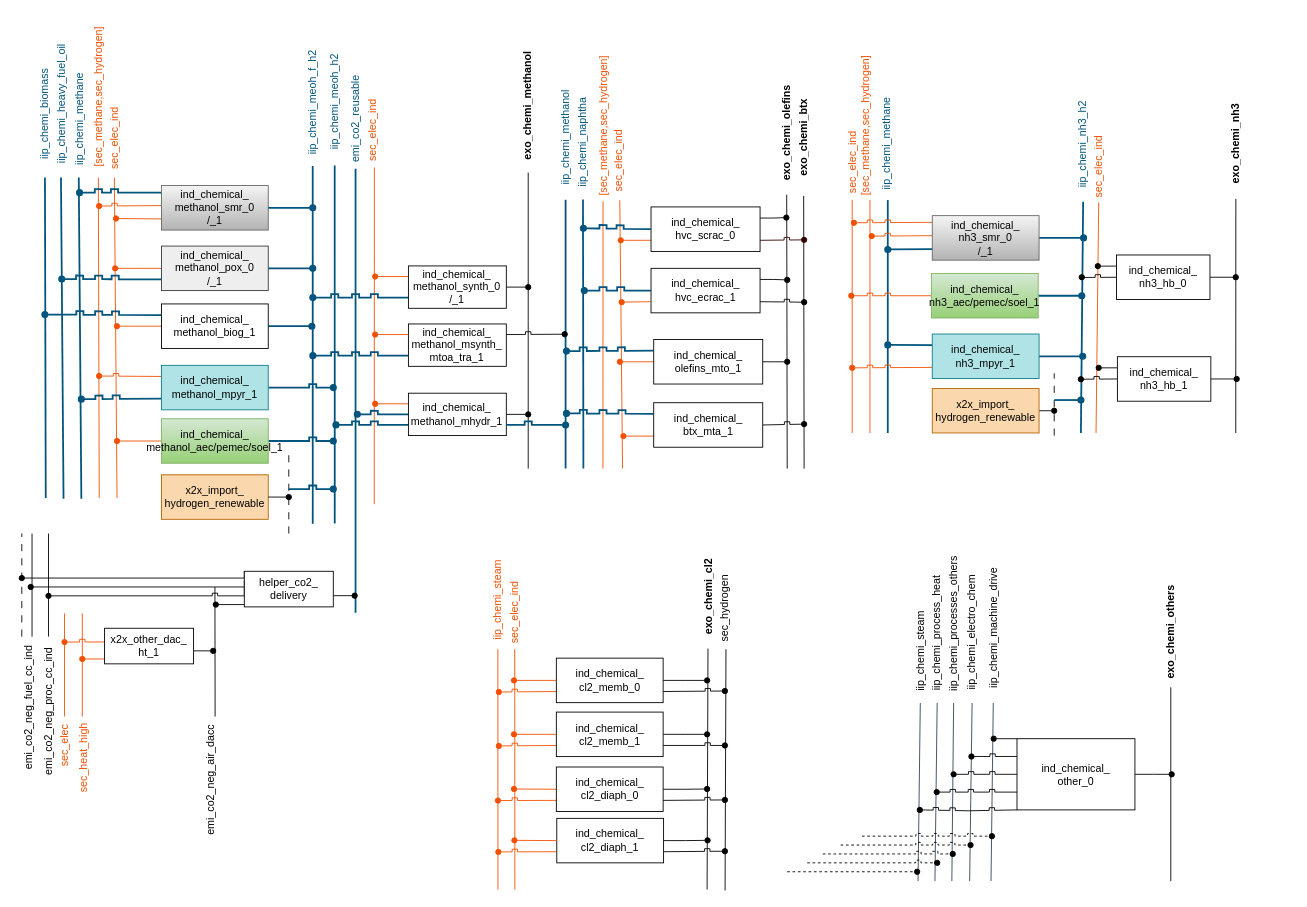
Before: page "Copy of Chemi_SEDOS" (4 of 19) of TAM_Industry_RES.drawio in anik-ier/TAM_Industry_RES, a draw.io diagram. Source tidied: cells renumbered, new cells numbered last; positions are measured from the earlier drawing's top-left corner, leaving out a move shared by most shapes. Both pictures are drawn from the tidied source at 89%, with x=0, y=0 at pixel (-32, 23).
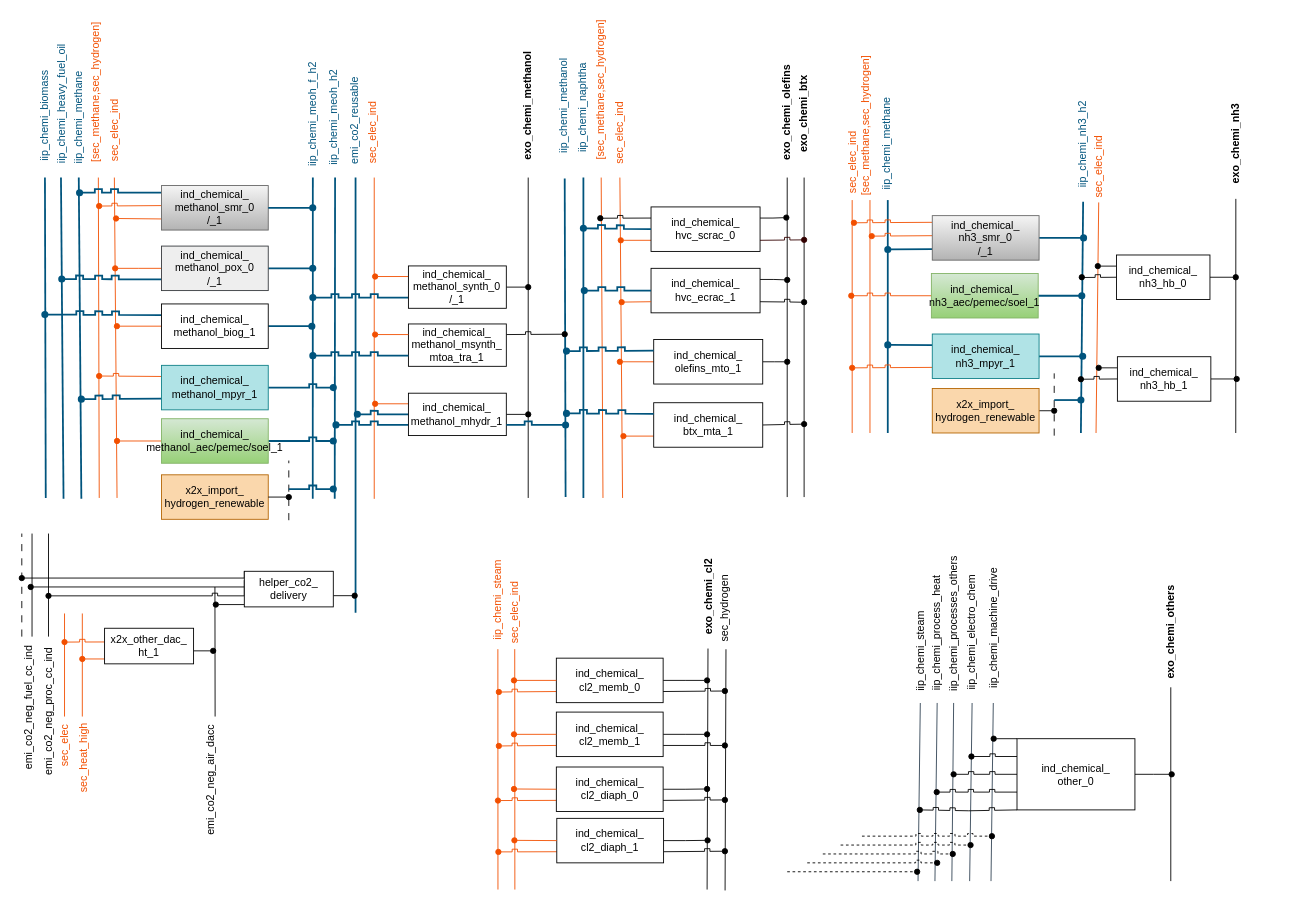
Above is the later version.

Unchanged cells that the change refers to:
```xml
<mxCell id="5" value="&lt;div&gt;ind_chemical_&lt;/div&gt;&lt;div&gt;hvc_scrac_0&lt;/div&gt;" style="rounded=0;whiteSpace=wrap;html=1;" parent="1" vertex="1">
  <mxGeometry x="767" y="206" width="122.5" height="50" as="geometry" />
</mxCell>
<mxCell id="27" style="group;" parent="1" vertex="1">
  <mxGeometry x="657" y="190" width="149" height="320" as="geometry" />
</mxCell>
<mxCell id="95" style="group;" parent="94" vertex="1">
  <mxGeometry width="385.1" height="243" as="geometry" />
</mxCell>
<mxCell id="145" style="group;" parent="139" vertex="1">
  <mxGeometry y="-143" width="256.4" height="337.6" as="geometry" />
</mxCell>
<mxCell id="155" value="exo_chemi_methanol" style="text;html=1;align=center;verticalAlign=middle;whiteSpace=wrap;rounded=0;rotation=270;fontStyle=1;" parent="1" vertex="1">
  <mxGeometry x="554" y="80" width="150" height="24.8" as="geometry" />
</mxCell>
```

The edit, as a diff of the source:
```diff
@@
-    <mxCell id="2" style="edgeStyle=orthogonalEdgeStyle;rounded=0;jettySize=auto;html=1;exitX=0;exitY=0.5;exitDx=0;exitDy=0;endArrow=none;endFill=0;" parent="1" edge="1" source="155">
+    <mxCell id="2" style="edgeStyle=orthogonalEdgeStyle;rounded=0;orthogonalLoop=1;jettySize=auto;html=1;endArrow=none;endFill=0;" parent="1" edge="1">
       <mxGeometry relative="1" as="geometry">
-        <mxPoint x="629" y="500" as="targetPoint" />
+        <mxPoint x="629" y="173" as="sourcePoint" />
+        <mxPoint x="629" y="533" as="targetPoint" />
       </mxGeometry>
     </mxCell>
@@
     <mxCell id="6" value="iip_chemi_naphtha" style="text;html=1;strokeColor=none;fillColor=none;align=center;verticalAlign=middle;whiteSpace=wrap;rounded=0;rotation=270;fontColor=#00547D;" parent="1" vertex="1">
-      <mxGeometry x="626.8" y="118.8" width="127.5" height="30" as="geometry" />
+      <mxGeometry x="626.8" y="80" width="127.5" height="30" as="geometry" />
     </mxCell>
-    <mxCell id="7" style="endArrow=none;html=1;rounded=0;entryX=0;entryY=0.5;entryDx=0;entryDy=0;strokeColor=#00547D;strokeWidth=2;" parent="1" edge="1" target="26">
+    <mxCell id="7" style="endArrow=none;html=1;rounded=0;strokeColor=#00547D;strokeWidth=2;" parent="1" edge="1">
       <mxGeometry relative="1" as="geometry">
-        <mxPoint x="671" y="500" as="sourcePoint" />
+        <mxPoint x="671" y="532" as="sourcePoint" />
+        <mxPoint x="670" y="174" as="targetPoint" />
       </mxGeometry>
     </mxCell>
-    <mxCell id="8" style="endArrow=none;html=1;rounded=0;entryX=0;entryY=0.5;entryDx=0;entryDy=0;strokeColor=#00547D;strokeWidth=2;" parent="1" edge="1" target="6">
+    <mxCell id="8" style="endArrow=none;html=1;rounded=0;strokeColor=#00547D;strokeWidth=2;" parent="1" edge="1">
       <mxGeometry relative="1" as="geometry">
-        <mxPoint x="691" y="500" as="sourcePoint" />
+        <mxPoint x="691" y="533" as="sourcePoint" />
+        <mxPoint x="691" y="173" as="targetPoint" />
       </mxGeometry>
     </mxCell>
     <mxCell id="9" value="sec_elec_ind" style="text;html=1;strokeColor=none;fillColor=none;align=center;verticalAlign=middle;whiteSpace=wrap;rounded=0;rotation=270;fontColor=#F24F00;" parent="1" vertex="1">
-      <mxGeometry x="687.2" y="140.8" width="88.5" height="27" as="geometry" />
+      <mxGeometry x="687.2" y="109.5" width="88.5" height="27" as="geometry" />
     </mxCell>
@@
     <mxCell id="12" value="exo_chemi_olefins" style="text;html=1;align=center;verticalAlign=middle;whiteSpace=wrap;rounded=0;rotation=270;fontStyle=1;" parent="1" vertex="1">
-      <mxGeometry x="850.2" y="113" width="138.5" height="20" as="geometry" />
+      <mxGeometry x="850.2" y="90" width="138.5" height="20" as="geometry" />
     </mxCell>
-    <mxCell id="13" style="endArrow=none;html=1;rounded=0;entryX=0;entryY=0.5;entryDx=0;entryDy=0;" parent="1" edge="1" target="12">
+    <mxCell id="13" style="endArrow=none;html=1;rounded=0;" parent="1" edge="1">
       <mxGeometry relative="1" as="geometry">
-        <mxPoint x="920" y="500" as="sourcePoint" />
+        <mxPoint x="920" y="532" as="sourcePoint" />
+        <mxPoint x="920" y="173" as="targetPoint" />
       </mxGeometry>
     </mxCell>
     <mxCell id="14" value="[sec_methane,sec_hydrogen]" style="text;html=1;strokeColor=none;fillColor=none;align=center;verticalAlign=middle;whiteSpace=wrap;rounded=0;rotation=270;fontColor=#F24F00;" parent="1" vertex="1">
-      <mxGeometry x="628.8" y="103.5" width="168.5" height="24" as="geometry" />
+      <mxGeometry x="626.8" y="63" width="168.5" height="24" as="geometry" />
     </mxCell>
@@
     <mxCell id="18" value="exo_chemi_btx" style="text;html=1;align=center;verticalAlign=middle;whiteSpace=wrap;rounded=0;rotation=270;fontStyle=1;" parent="1" vertex="1">
-      <mxGeometry x="873" y="116.5" width="131" height="23" as="geometry" />
+      <mxGeometry x="873" y="90" width="131" height="23" as="geometry" />
     </mxCell>
-    <mxCell id="19" style="endArrow=none;html=1;rounded=0;entryX=0;entryY=0.5;entryDx=0;entryDy=0;" parent="1" edge="1" target="18">
+    <mxCell id="19" style="endArrow=none;html=1;rounded=0;" parent="1" edge="1">
       <mxGeometry relative="1" as="geometry">
-        <mxPoint x="939" y="500" as="sourcePoint" />
+        <mxPoint x="939" y="532" as="sourcePoint" />
+        <mxPoint x="939" y="173" as="targetPoint" />
       </mxGeometry>
     </mxCell>
@@
     <mxCell id="26" value="iip_chemi_methanol" style="text;html=1;align=center;verticalAlign=middle;whiteSpace=wrap;rounded=0;rotation=270;fontColor=#00547D;" parent="1" vertex="1">
-      <mxGeometry x="601" y="113" width="140" height="30" as="geometry" />
+      <mxGeometry x="600" y="77.4" width="140" height="30" as="geometry" />
     </mxCell>
@@
-    <mxCell id="28" style="endArrow=none;html=1;rounded=0;strokeColor=#F24F00;" parent="27" edge="1" target="9">
+    <mxCell id="28" style="endArrow=none;html=1;rounded=0;strokeColor=#F24F00;" parent="27" edge="1">
       <mxGeometry relative="1" as="geometry">
-        <mxPoint x="78" y="310" as="sourcePoint" />
+        <mxPoint x="78" y="343" as="sourcePoint" />
+        <mxPoint x="75" y="-17" as="targetPoint" />
       </mxGeometry>
     </mxCell>
-    <mxCell id="29" style="endArrow=none;html=1;rounded=0;strokeColor=#F24F00;" parent="27" edge="1" target="14">
+    <mxCell id="29" style="endArrow=none;html=1;rounded=0;strokeColor=#F24F00;" parent="27" edge="1">
       <mxGeometry relative="1" as="geometry">
-        <mxPoint x="56" y="310" as="sourcePoint" />
+        <mxPoint x="56" y="343" as="sourcePoint" />
+        <mxPoint x="54" y="-17" as="targetPoint" />
       </mxGeometry>
     </mxCell>
     <mxCell id="30" value="sec_elec_ind" style="text;html=1;align=center;verticalAlign=middle;whiteSpace=wrap;rounded=0;rotation=270;fontColor=#F24F00;" parent="1" vertex="1">
-      <mxGeometry x="412.5" y="111.5" width="85" height="17.9" as="geometry" />
+      <mxGeometry x="412.5" y="111.5" width="85" height="23" as="geometry" />
     </mxCell>
@@
-    <mxCell id="92" style="endArrow=none;html=1;rounded=0;entryX=0.016;entryY=0.565;entryDx=0;entryDy=0;entryPerimeter=0;strokeColor=#F24F00;" parent="1" edge="1" target="30">
+    <mxCell id="92" style="endArrow=none;html=1;rounded=0;strokeColor=#F24F00;" parent="1" edge="1">
       <mxGeometry relative="1" as="geometry">
-        <mxPoint x="456" y="540" as="sourcePoint" />
+        <mxPoint x="456" y="534" as="sourcePoint" />
+        <mxPoint x="456" y="173" as="targetPoint" />
       </mxGeometry>
     </mxCell>
-    <mxCell id="93" style="endArrow=none;html=1;rounded=0;entryX=0;entryY=0.5;entryDx=0;entryDy=0;strokeColor=#00547D;strokeWidth=2;" parent="1" edge="1">
+    <mxCell id="93" style="endArrow=none;html=1;rounded=0;strokeColor=#00547D;strokeWidth=2;" parent="1" edge="1">
       <mxGeometry relative="1" as="geometry">
         <mxPoint x="435" y="662" as="sourcePoint" />
-        <mxPoint x="435" y="163" as="targetPoint" />
+        <mxPoint x="435" y="173" as="targetPoint" />
       </mxGeometry>
     </mxCell>
@@
-    <mxCell id="96" style="endArrow=none;html=1;rounded=0;fillColor=#647687;strokeColor=#00547D;strokeWidth=2;entryX=0;entryY=0.5;entryDx=0;entryDy=0;" parent="95" edge="1" target="133">
+    <mxCell id="96" style="endArrow=none;html=1;rounded=0;fillColor=#647687;strokeColor=#00547D;strokeWidth=2;" parent="95" edge="1">
       <mxGeometry relative="1" as="geometry">
-        <mxPoint x="288.9" y="243" as="sourcePoint" />
+        <mxPoint x="288.9" y="215" as="sourcePoint" />
+        <mxPoint x="289" y="-146" as="targetPoint" />
       </mxGeometry>
     </mxCell>
@@
     <mxCell id="125" style="group;" parent="95" vertex="1">
-      <mxGeometry x="-6.1" y="-232" width="62" height="471" as="geometry" />
+      <mxGeometry x="-6.1" y="-232" width="91.2" height="471" as="geometry" />
     </mxCell>
@@
     <mxCell id="127" value="iip_chemi_biomass" style="text;html=1;strokeColor=none;fillColor=none;align=center;verticalAlign=middle;whiteSpace=wrap;rounded=0;rotation=270;fontColor=#00547D;" parent="125" vertex="1">
-      <mxGeometry x="-74" width="136" height="29.4" as="geometry" />
+      <mxGeometry x="-74" y="2" width="136" height="29.4" as="geometry" />
     </mxCell>
@@
+    <mxCell id="130" value="iip_chemi_heavy_fuel_oil" style="text;html=1;strokeColor=none;fillColor=none;align=center;verticalAlign=middle;whiteSpace=wrap;rounded=0;rotation=270;fontColor=#00547D;" parent="125" vertex="1">
+      <mxGeometry x="-66.2" y="-10.9" width="157.5" height="29.4" as="geometry" />
+    </mxCell>
     <mxCell id="129" style="group;" parent="95" vertex="1">
-      <mxGeometry x="-26.1" y="-219" width="143" height="458" as="geometry" />
+      <mxGeometry x="-26.1" y="-219" width="157.4" height="458" as="geometry" />
     </mxCell>
-    <mxCell id="130" value="iip_chemi_heavy_fuel_oil" style="text;html=1;strokeColor=none;fillColor=none;align=center;verticalAlign=middle;whiteSpace=wrap;rounded=0;rotation=270;fontColor=#00547D;" parent="129" vertex="1">
-      <mxGeometry x="-46.2" y="-23.9" width="157.5" height="29.4" as="geometry" />
-    </mxCell>
     <mxCell id="131" value="iip_chemi_methane" style="text;html=1;strokeColor=none;fillColor=none;align=center;verticalAlign=middle;whiteSpace=wrap;rounded=0;rotation=270;fontColor=#00547D;" parent="129" vertex="1">
-      <mxGeometry x="-8.8" y="-7.1" width="122.5" height="29.4" as="geometry" />
+      <mxGeometry x="-8.8" y="-9" width="122.5" height="29.4" as="geometry" />
     </mxCell>
     <mxCell id="132" value="sec_elec_ind" style="text;html=1;strokeColor=none;fillColor=none;align=center;verticalAlign=middle;whiteSpace=wrap;rounded=0;rotation=270;fontColor=#F24F00;" parent="129" vertex="1">
-      <mxGeometry x="54" y="14.3" width="77" height="29.4" as="geometry" />
+      <mxGeometry x="54" y="5.5" width="77" height="29.4" as="geometry" />
     </mxCell>
-    <mxCell id="133" value="iip_chemi_meoh_f_h2" style="text;html=1;strokeColor=none;fillColor=none;align=center;verticalAlign=middle;whiteSpace=wrap;rounded=0;rotation=270;fontColor=#00547D;" parent="95" vertex="1">
-      <mxGeometry x="217.3" y="-239.6" width="143.1" height="17.9" as="geometry" />
-    </mxCell>
-    <mxCell id="134" value="&lt;font color=&quot;#f24f00&quot;&gt;[sec_methane,sec_hydrogen]&lt;/font&gt;" style="text;html=1;strokeColor=none;fillColor=none;align=center;verticalAlign=middle;whiteSpace=wrap;rounded=0;rotation=270;" parent="95" vertex="1">
-      <mxGeometry x="-38" y="-251.4" width="171.8" height="30" as="geometry" />
+    <mxCell id="134" value="&lt;font color=&quot;#f24f00&quot;&gt;[sec_methane,sec_hydrogen]&lt;/font&gt;" style="text;html=1;strokeColor=none;fillColor=none;align=center;verticalAlign=middle;whiteSpace=wrap;rounded=0;rotation=270;" parent="129" vertex="1">
+      <mxGeometry x="-14.4" y="-37.1" width="171.8" height="30" as="geometry" />
     </mxCell>
-    <mxCell id="135" style="endArrow=none;html=1;rounded=0;fillColor=#647687;strokeColor=#00547D;strokeWidth=2;entryX=0;entryY=0.5;entryDx=0;entryDy=0;" parent="95" edge="1" target="136">
+    <mxCell id="135" style="endArrow=none;html=1;rounded=0;fillColor=#647687;strokeColor=#00547D;strokeWidth=2;" parent="95" edge="1">
       <mxGeometry relative="1" as="geometry">
-        <mxPoint x="313.6" y="242.6" as="sourcePoint" />
+        <mxPoint x="313.6" y="215" as="sourcePoint" />
+        <mxPoint x="314" y="-146" as="targetPoint" />
       </mxGeometry>
     </mxCell>
-    <mxCell id="136" value="iip_chemi_meoh_h2" style="text;html=1;strokeColor=none;fillColor=none;align=center;verticalAlign=middle;whiteSpace=wrap;rounded=0;rotation=270;fontColor=#00547D;" parent="95" vertex="1">
-      <mxGeometry x="242" y="-240" width="143.1" height="17.9" as="geometry" />
-    </mxCell>
     <mxCell id="137" style="endArrow=none;html=1;rounded=0;dashed=1;dashPattern=8 8;" parent="95" edge="1">
       <mxGeometry relative="1" as="geometry">
-        <mxPoint x="262" y="254" as="sourcePoint" />
-        <mxPoint x="262" y="166" as="targetPoint" />
+        <mxPoint x="262" y="239" as="sourcePoint" />
+        <mxPoint x="262" y="172" as="targetPoint" />
       </mxGeometry>
     </mxCell>
-    <mxCell id="138" value="emi_co2_reusable" style="text;html=1;strokeColor=none;fillColor=none;align=center;verticalAlign=middle;whiteSpace=wrap;rounded=0;rotation=270;fontColor=#00547D;" parent="1" vertex="1">
-      <mxGeometry x="379.2" y="98.2" width="113.5" height="17.9" as="geometry" />
-    </mxCell>
@@
+    <mxCell id="133" value="iip_chemi_meoh_f_h2" style="text;html=1;strokeColor=none;fillColor=none;align=center;verticalAlign=middle;whiteSpace=wrap;rounded=0;rotation=270;fontColor=#00547D;" parent="145" vertex="1">
+      <mxGeometry x="-33" y="93" width="143.1" height="17.9" as="geometry" />
+    </mxCell>
+    <mxCell id="136" value="iip_chemi_meoh_h2" style="text;html=1;strokeColor=none;fillColor=none;align=center;verticalAlign=middle;whiteSpace=wrap;rounded=0;rotation=270;fontColor=#00547D;" parent="145" vertex="1">
+      <mxGeometry x="-8" y="93" width="143.1" height="25" as="geometry" />
+    </mxCell>
+    <mxCell id="138" value="emi_co2_reusable" style="text;html=1;strokeColor=none;fillColor=none;align=center;verticalAlign=middle;whiteSpace=wrap;rounded=0;rotation=270;fontColor=#00547D;" parent="145" vertex="1">
+      <mxGeometry x="31.2" y="100.1" width="110" height="17.9" as="geometry" />
+    </mxCell>
@@
+    <mxCell id="214" style="edgeStyle=orthogonalEdgeStyle;rounded=0;hachureGap=4;jettySize=auto;html=1;exitX=0;exitY=0.25;exitDx=0;exitDy=0;fontFamily=Architects Daughter;endArrow=oval;endFill=1;jumpStyle=sharp;" parent="1" edge="1" source="5">
+      <mxGeometry relative="1" as="geometry">
+        <mxPoint x="710" y="218.7" as="targetPoint" />
+      </mxGeometry>
+    </mxCell>
```
